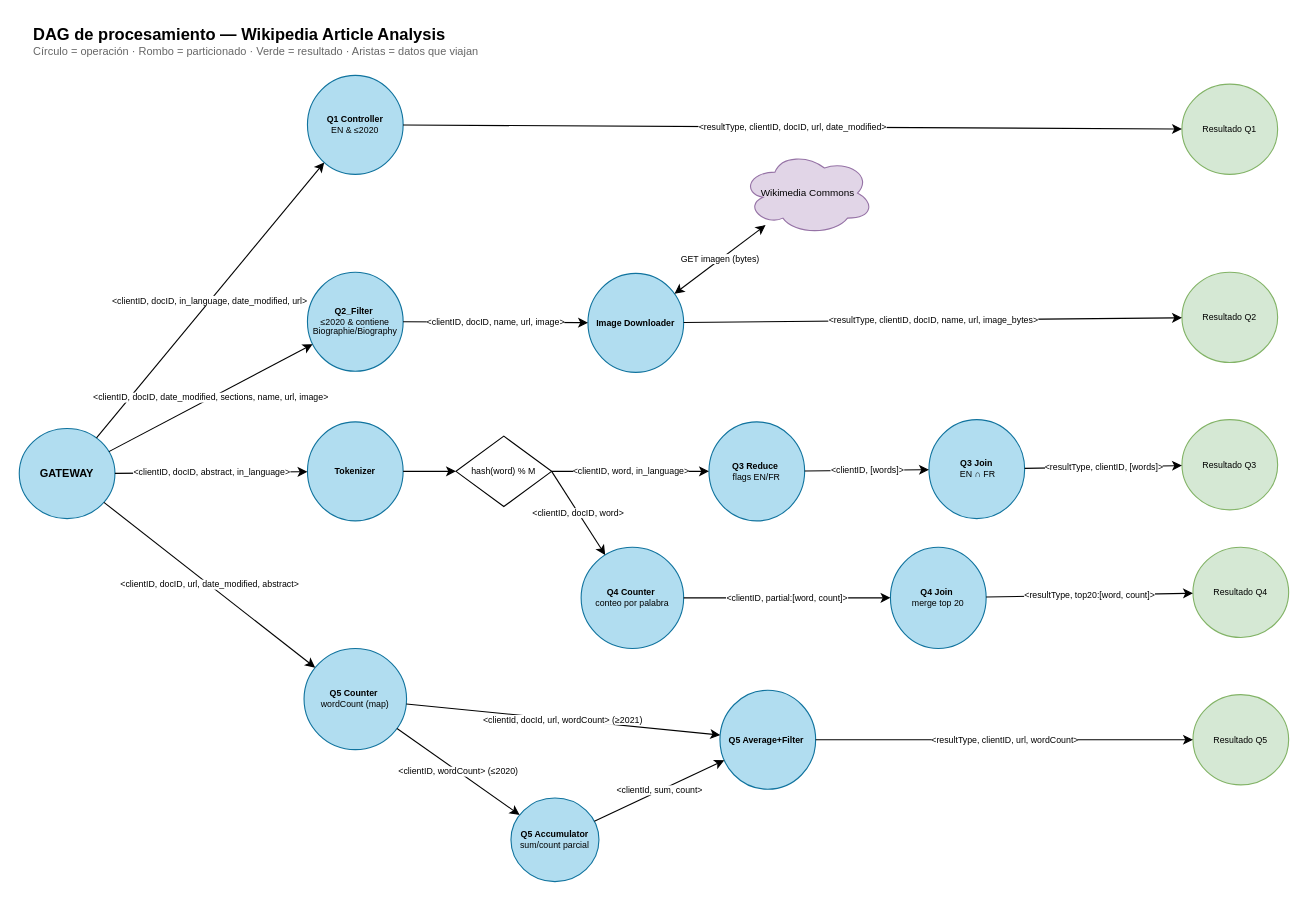
The draw.io diagram docs/DAG.drawio in gjosen9999s/tp-final-distribuidos-grupo31, before the edit. Source tidied: cells renumbered, new cells numbered last; positions are measured from the earlier drawing's top-left corner, leaving out a move shared by most shapes. Both pictures are drawn from the tidied source at 110%, with x=0, y=0 at pixel (19, 19).
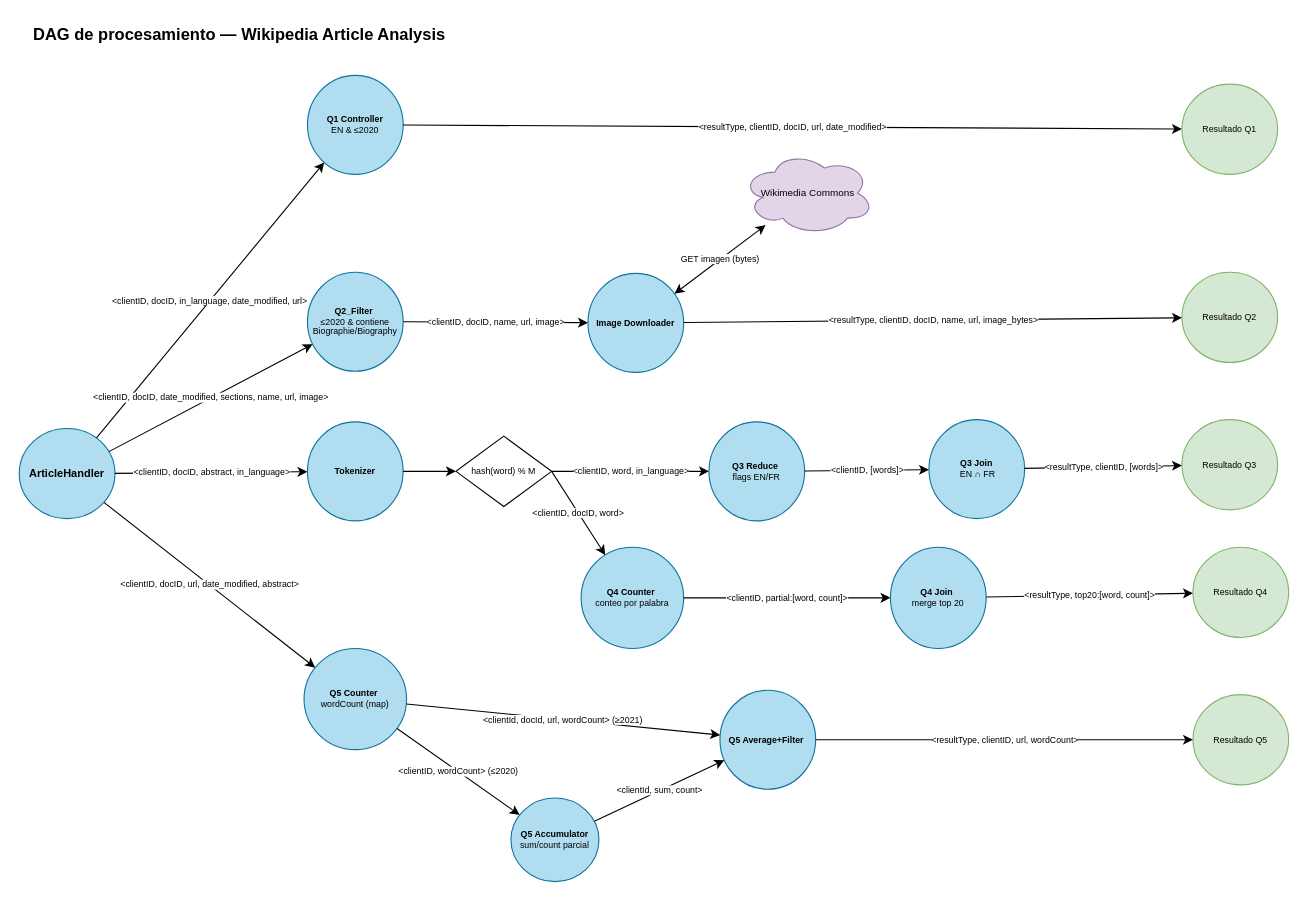
The same diagram, later.

Diff of the diagram source:
```diff
@@
-    <mxCell id="3" value="Círculo = operación · Rombo = particionado · Verde = resultado · Aristas = datos que viajan" style="text;html=1;align=left;verticalAlign=middle;fontSize=10;fontColor=#666666;" parent="1" vertex="1">
-      <mxGeometry x="10.5" y="20" width="1100" height="18" as="geometry" />
-    </mxCell>
-    <mxCell id="4" value="GATEWAY" style="ellipse;whiteSpace=wrap;html=1;fontSize=10;fontStyle=1;fillColor=#b1ddf0;strokeColor=#10739e;" parent="1" vertex="1">
+    <mxCell id="4" value="ArticleHandler" style="ellipse;whiteSpace=wrap;html=1;fontSize=10;fontStyle=1;fillColor=#b1ddf0;strokeColor=#10739e;" parent="1" vertex="1">
       <mxGeometry y="372" width="87" height="82" as="geometry" />
     </mxCell>
```
